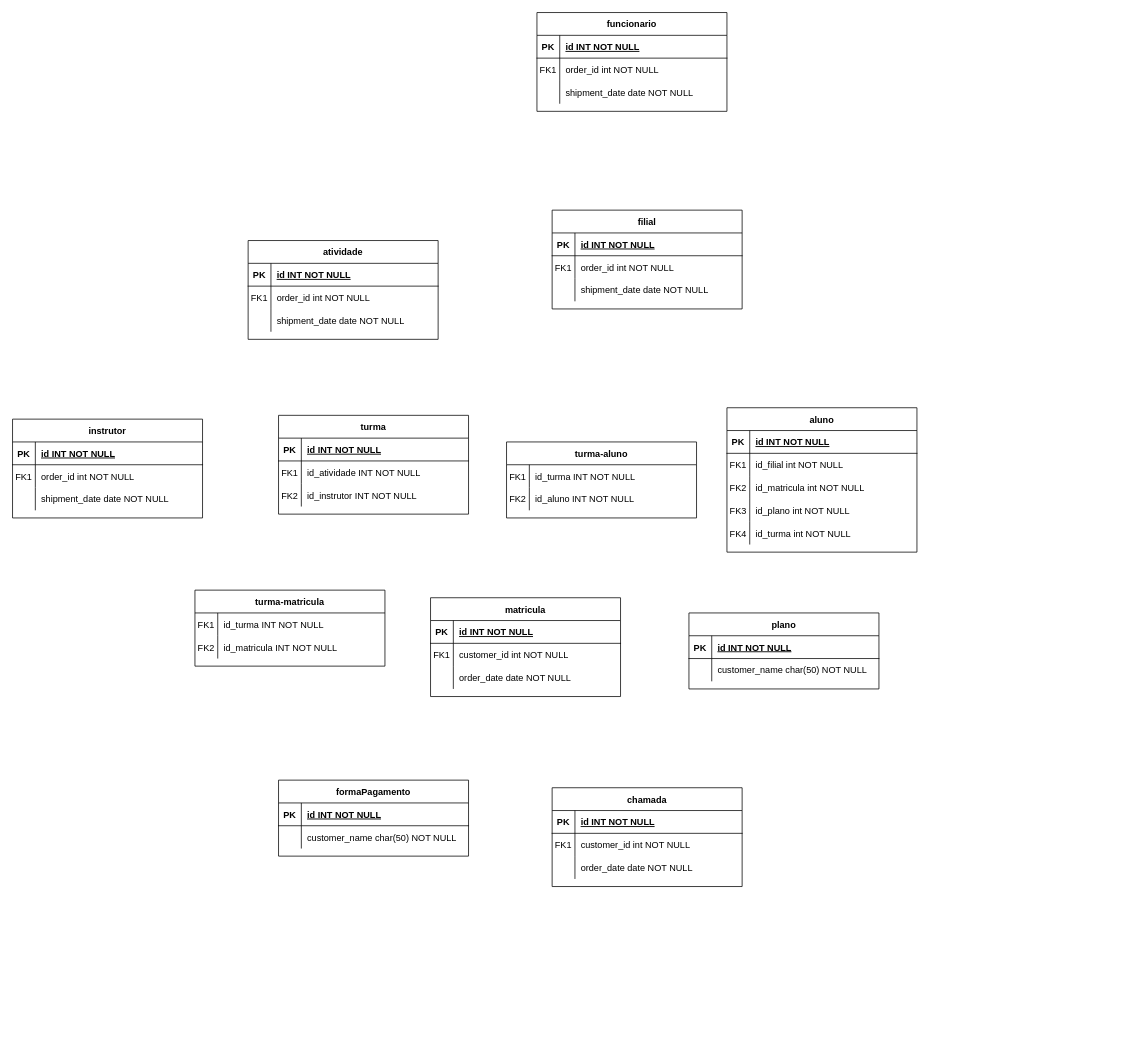
Earlier version of the draw.io diagram cube_fit.drawio (GustavoSouza123/ERDs). Source tidied: cells renumbered, new cells numbered last; positions are measured from the earlier drawing's top-left corner, leaving out a move shared by most shapes. Both pictures are drawn from the tidied source at 76%, with x=0, y=0 at pixel (12, 12).
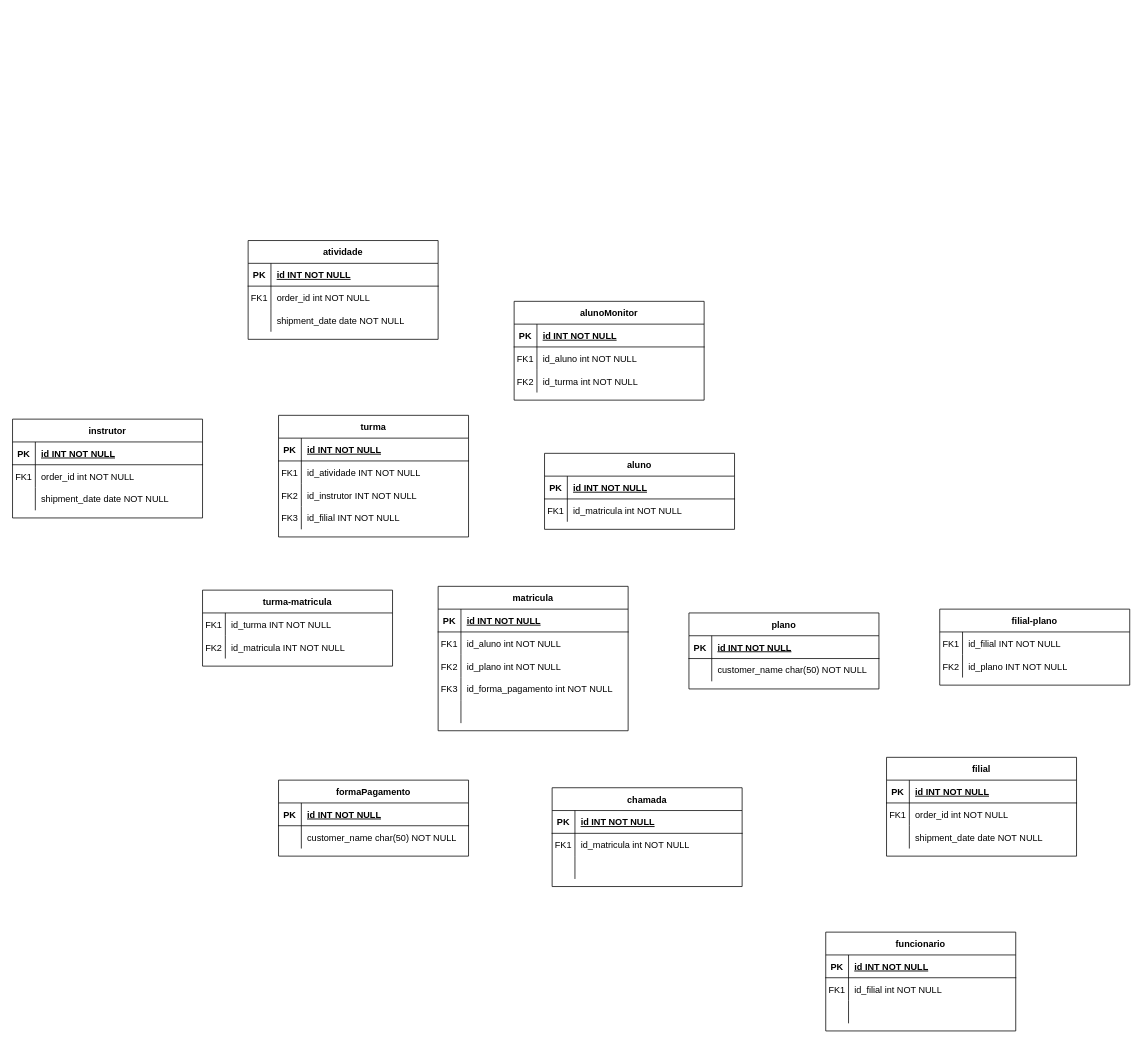
After the change.

Unchanged cells that the change refers to:
```xml
<mxCell id="49" style="shape=partialRectangle;fillColor=none;top=0;left=0;right=0;bottom=0;" parent="45" vertex="1">
  <mxGeometry y="60" width="250" height="30" as="geometry" />
</mxCell>
<mxCell id="52" style="shape=partialRectangle;fillColor=none;top=0;left=0;right=0;bottom=0;" parent="45" vertex="1">
  <mxGeometry y="90" width="250" height="30" as="geometry" />
</mxCell>
<mxCell id="76" style="shape=partialRectangle;fillColor=none;top=0;left=0;right=0;bottom=0;" parent="72" vertex="1">
  <mxGeometry y="60" width="250" height="30" as="geometry" />
</mxCell>
<mxCell id="96" style="shape=partialRectangle;fillColor=none;top=0;left=0;right=0;bottom=0;" parent="92" vertex="1">
  <mxGeometry y="60" width="250" height="30" as="geometry" />
</mxCell>
<mxCell id="99" style="shape=partialRectangle;fillColor=none;top=0;left=0;right=0;bottom=0;" parent="92" vertex="1">
  <mxGeometry y="90" width="250" height="30" as="geometry" />
</mxCell>
```

Change to the diagram source:
```diff
@@
     <mxCell id="2" value="aluno" style="shape=table;startSize=30;childLayout=tableLayout;rowLines=0;fontStyle=1;align=center;" parent="1" vertex="1">
-      <mxGeometry x="940" y="520" width="250" height="190" as="geometry" />
+      <mxGeometry x="700" y="580" width="250" height="100" as="geometry" />
     </mxCell>
@@
-    <mxCell id="6" style="shape=partialRectangle;fillColor=none;top=0;left=0;right=0;bottom=0;" parent="2" vertex="1">
-      <mxGeometry y="60" width="250" height="30" as="geometry" />
-    </mxCell>
-    <mxCell id="7" value="FK1" style="shape=partialRectangle;overflow=hidden;fillColor=none;top=0;left=0;bottom=0;right=0;" parent="6" vertex="1">
-      <mxGeometry width="30" height="30" as="geometry" />
-    </mxCell>
-    <mxCell id="8" value="id_filial int NOT NULL" style="shape=partialRectangle;overflow=hidden;fillColor=none;top=0;left=0;bottom=0;right=0;align=left;spacingLeft=6;" parent="6" vertex="1">
-      <mxGeometry x="30" width="220" height="30" as="geometry" />
-    </mxCell>
     <mxCell id="9" style="shape=partialRectangle;fillColor=none;top=0;left=0;right=0;bottom=0;" parent="2" vertex="1">
-      <mxGeometry y="90" width="250" height="30" as="geometry" />
+      <mxGeometry y="60" width="250" height="30" as="geometry" />
     </mxCell>
-    <mxCell id="10" value="FK2" style="shape=partialRectangle;overflow=hidden;fillColor=none;top=0;left=0;bottom=0;right=0;" parent="9" vertex="1">
+    <mxCell id="10" value="FK1" style="shape=partialRectangle;overflow=hidden;fillColor=none;top=0;left=0;bottom=0;right=0;" parent="9" vertex="1">
       <mxGeometry width="30" height="30" as="geometry" />
     </mxCell>
@@
-    <mxCell id="12" style="shape=partialRectangle;fillColor=none;top=0;left=0;right=0;bottom=0;" parent="2" vertex="1">
-      <mxGeometry y="120" width="250" height="30" as="geometry" />
-    </mxCell>
-    <mxCell id="13" value="FK3" style="shape=partialRectangle;overflow=hidden;fillColor=none;top=0;left=0;bottom=0;right=0;" parent="12" vertex="1">
-      <mxGeometry width="30" height="30" as="geometry" />
-    </mxCell>
-    <mxCell id="14" value="id_plano int NOT NULL" style="shape=partialRectangle;overflow=hidden;fillColor=none;top=0;left=0;bottom=0;right=0;align=left;spacingLeft=6;" parent="12" vertex="1">
-      <mxGeometry x="30" width="220" height="30" as="geometry" />
-    </mxCell>
-    <mxCell id="15" style="shape=partialRectangle;fillColor=none;top=0;left=0;right=0;bottom=0;" parent="2" vertex="1">
-      <mxGeometry y="150" width="250" height="30" as="geometry" />
-    </mxCell>
-    <mxCell id="16" value="FK4" style="shape=partialRectangle;overflow=hidden;fillColor=none;top=0;left=0;bottom=0;right=0;" parent="15" vertex="1">
-      <mxGeometry width="30" height="30" as="geometry" />
-    </mxCell>
-    <mxCell id="17" value="id_turma int NOT NULL" style="shape=partialRectangle;overflow=hidden;fillColor=none;top=0;left=0;bottom=0;right=0;align=left;spacingLeft=6;" parent="15" vertex="1">
-      <mxGeometry x="30" width="220" height="30" as="geometry" />
-    </mxCell>
@@
     <mxCell id="28" value="turma" style="shape=table;startSize=30;childLayout=tableLayout;rowLines=0;fontStyle=1;align=center;" parent="1" vertex="1">
-      <mxGeometry x="350" y="530" width="250" height="130" as="geometry" />
+      <mxGeometry x="350" y="530" width="250" height="160" as="geometry" />
     </mxCell>
@@
+    <mxCell id="116" style="shape=partialRectangle;fillColor=none;top=0;left=0;right=0;bottom=0;" parent="28" vertex="1">
+      <mxGeometry y="120" width="250" height="30" as="geometry" />
+    </mxCell>
+    <mxCell id="117" value="FK3" style="shape=partialRectangle;overflow=hidden;fillColor=none;top=0;left=0;bottom=0;right=0;" parent="116" vertex="1">
+      <mxGeometry width="30" height="30" as="geometry" />
+    </mxCell>
+    <mxCell id="118" value="id_filial INT NOT NULL" style="shape=partialRectangle;overflow=hidden;fillColor=none;top=0;left=0;bottom=0;right=0;align=left;spacingLeft=6;" parent="116" vertex="1">
+      <mxGeometry x="30" width="220" height="30" as="geometry" />
+    </mxCell>
@@
-    <mxCell id="51" value="customer_id int NOT NULL" style="shape=partialRectangle;overflow=hidden;fillColor=none;top=0;left=0;bottom=0;right=0;align=left;spacingLeft=6;" parent="49" vertex="1">
+    <mxCell id="51" value="id_matricula int NOT NULL" style="shape=partialRectangle;overflow=hidden;fillColor=none;top=0;left=0;bottom=0;right=0;align=left;spacingLeft=6;" parent="49" vertex="1">
       <mxGeometry x="30" width="220" height="30" as="geometry" />
     </mxCell>
@@
-    <mxCell id="54" value="order_date date NOT NULL" style="shape=partialRectangle;overflow=hidden;fillColor=none;top=0;left=0;bottom=0;right=0;align=left;spacingLeft=6;" parent="52" vertex="1">
+    <mxCell id="54" style="shape=partialRectangle;overflow=hidden;fillColor=none;top=0;left=0;bottom=0;right=0;align=left;spacingLeft=6;" parent="52" vertex="1">
       <mxGeometry x="30" width="220" height="30" as="geometry" />
     </mxCell>
     <mxCell id="55" value="filial" style="shape=table;startSize=30;childLayout=tableLayout;rowLines=0;fontStyle=1;align=center;" parent="1" vertex="1">
-      <mxGeometry x="710" y="260" width="250" height="130" as="geometry" />
+      <mxGeometry x="1150" y="980" width="250" height="130" as="geometry" />
     </mxCell>
@@
     <mxCell id="72" value="matricula" style="shape=table;startSize=30;childLayout=tableLayout;rowLines=0;fontStyle=1;align=center;" parent="1" vertex="1">
-      <mxGeometry x="550" y="770" width="250" height="130" as="geometry" />
+      <mxGeometry x="560" y="755" width="250" height="190" as="geometry" />
     </mxCell>
@@
-    <mxCell id="78" value="customer_id int NOT NULL" style="shape=partialRectangle;overflow=hidden;fillColor=none;top=0;left=0;bottom=0;right=0;align=left;spacingLeft=6;" parent="76" vertex="1">
+    <mxCell id="78" value="id_aluno int NOT NULL" style="shape=partialRectangle;overflow=hidden;fillColor=none;top=0;left=0;bottom=0;right=0;align=left;spacingLeft=6;" parent="76" vertex="1">
       <mxGeometry x="30" width="220" height="30" as="geometry" />
     </mxCell>
+    <mxCell id="119" style="shape=partialRectangle;fillColor=none;top=0;left=0;right=0;bottom=0;" parent="72" vertex="1">
+      <mxGeometry y="90" width="250" height="30" as="geometry" />
+    </mxCell>
+    <mxCell id="120" value="FK2" style="shape=partialRectangle;overflow=hidden;fillColor=none;top=0;left=0;bottom=0;right=0;" parent="119" vertex="1">
+      <mxGeometry width="30" height="30" as="geometry" />
+    </mxCell>
+    <mxCell id="14" value="id_plano int NOT NULL" style="shape=partialRectangle;overflow=hidden;fillColor=none;top=0;left=0;bottom=0;right=0;align=left;spacingLeft=6;" parent="119" vertex="1">
+      <mxGeometry x="30" width="220" height="30" as="geometry" />
+    </mxCell>
+    <mxCell id="121" style="shape=partialRectangle;fillColor=none;top=0;left=0;right=0;bottom=0;" parent="72" vertex="1">
+      <mxGeometry y="120" width="250" height="30" as="geometry" />
+    </mxCell>
+    <mxCell id="122" value="FK3" style="shape=partialRectangle;overflow=hidden;fillColor=none;top=0;left=0;bottom=0;right=0;" parent="121" vertex="1">
+      <mxGeometry width="30" height="30" as="geometry" />
+    </mxCell>
+    <mxCell id="123" value="id_forma_pagamento int NOT NULL" style="shape=partialRectangle;overflow=hidden;fillColor=none;top=0;left=0;bottom=0;right=0;align=left;spacingLeft=6;" parent="121" vertex="1">
+      <mxGeometry x="30" width="220" height="30" as="geometry" />
+    </mxCell>
     <mxCell id="79" style="shape=partialRectangle;fillColor=none;top=0;left=0;right=0;bottom=0;" parent="72" vertex="1">
-      <mxGeometry y="90" width="250" height="30" as="geometry" />
+      <mxGeometry y="150" width="250" height="30" as="geometry" />
     </mxCell>
@@
-    <mxCell id="81" value="order_date date NOT NULL" style="shape=partialRectangle;overflow=hidden;fillColor=none;top=0;left=0;bottom=0;right=0;align=left;spacingLeft=6;" parent="79" vertex="1">
+    <mxCell id="81" style="shape=partialRectangle;overflow=hidden;fillColor=none;top=0;left=0;bottom=0;right=0;align=left;spacingLeft=6;" parent="79" vertex="1">
       <mxGeometry x="30" width="220" height="30" as="geometry" />
     </mxCell>
@@
     <mxCell id="92" value="funcionario" style="shape=table;startSize=30;childLayout=tableLayout;rowLines=0;fontStyle=1;align=center;" parent="1" vertex="1">
-      <mxGeometry x="690" width="250" height="130" as="geometry" />
+      <mxGeometry x="1070" y="1210" width="250" height="130" as="geometry" />
     </mxCell>
@@
-    <mxCell id="98" value="order_id int NOT NULL" style="shape=partialRectangle;overflow=hidden;fillColor=none;top=0;left=0;bottom=0;right=0;align=left;spacingLeft=6;" parent="96" vertex="1">
+    <mxCell id="98" value="id_filial int NOT NULL" style="shape=partialRectangle;overflow=hidden;fillColor=none;top=0;left=0;bottom=0;right=0;align=left;spacingLeft=6;" parent="96" vertex="1">
       <mxGeometry x="30" width="220" height="30" as="geometry" />
     </mxCell>
@@
-    <mxCell id="101" value="shipment_date date NOT NULL" style="shape=partialRectangle;overflow=hidden;fillColor=none;top=0;left=0;bottom=0;right=0;align=left;spacingLeft=6;" parent="99" vertex="1">
+    <mxCell id="101" style="shape=partialRectangle;overflow=hidden;fillColor=none;top=0;left=0;bottom=0;right=0;align=left;spacingLeft=6;" parent="99" vertex="1">
       <mxGeometry x="30" width="220" height="30" as="geometry" />
     </mxCell>
     <mxCell id="102" value="turma-matricula" style="shape=table;startSize=30;childLayout=tableLayout;rowLines=0;fontStyle=1;align=center;" parent="1" vertex="1">
-      <mxGeometry x="240" y="760" width="250" height="100" as="geometry" />
+      <mxGeometry x="250" y="760" width="250" height="100" as="geometry" />
     </mxCell>
@@
-    <mxCell id="109" value="turma-aluno" style="shape=table;startSize=30;childLayout=tableLayout;rowLines=0;fontStyle=1;align=center;" parent="1" vertex="1">
-      <mxGeometry x="650" y="565" width="250" height="100" as="geometry" />
-    </mxCell>
+    <mxCell id="124" value="filial-plano" style="shape=table;startSize=30;childLayout=tableLayout;rowLines=0;fontStyle=1;align=center;" parent="1" vertex="1">
+      <mxGeometry x="1220" y="785" width="250" height="100" as="geometry" />
+    </mxCell>
-    <mxCell id="110" style="shape=partialRectangle;fillColor=none;top=0;left=0;right=0;bottom=0;" parent="109" vertex="1">
+    <mxCell id="110" style="shape=partialRectangle;fillColor=none;top=0;left=0;right=0;bottom=0;" parent="124" vertex="1">
       <mxGeometry y="30" width="250" height="30" as="geometry" />
     </mxCell>
-    <mxCell id="111" value="FK1" style="shape=partialRectangle;overflow=hidden;fillColor=none;top=0;left=0;bottom=0;right=0;" parent="110" vertex="1">
-      <mxGeometry width="30" height="30" as="geometry" />
-    </mxCell>
-    <mxCell id="112" value="id_turma INT NOT NULL" style="shape=partialRectangle;overflow=hidden;fillColor=none;top=0;left=0;bottom=0;right=0;align=left;spacingLeft=6;" parent="110" vertex="1">
-      <mxGeometry x="30" width="220" height="30" as="geometry" />
-    </mxCell>
-    <mxCell id="113" style="shape=partialRectangle;fillColor=none;top=0;left=0;right=0;bottom=0;" parent="109" vertex="1">
-      <mxGeometry y="60" width="250" height="30" as="geometry" />
-    </mxCell>
-    <mxCell id="114" value="FK2" style="shape=partialRectangle;overflow=hidden;fillColor=none;top=0;left=0;bottom=0;right=0;" parent="113" vertex="1">
-      <mxGeometry width="30" height="30" as="geometry" />
-    </mxCell>
-    <mxCell id="115" value="id_aluno INT NOT NULL" style="shape=partialRectangle;overflow=hidden;fillColor=none;top=0;left=0;bottom=0;right=0;align=left;spacingLeft=6;" parent="113" vertex="1">
-      <mxGeometry x="30" width="220" height="30" as="geometry" />
-    </mxCell>
+    <mxCell id="125" value="FK1" style="shape=partialRectangle;overflow=hidden;fillColor=none;top=0;left=0;bottom=0;right=0;" parent="110" vertex="1">
+      <mxGeometry width="30" height="30" as="geometry" />
+    </mxCell>
+    <mxCell id="126" value="id_filial INT NOT NULL" style="shape=partialRectangle;overflow=hidden;fillColor=none;top=0;left=0;bottom=0;right=0;align=left;spacingLeft=6;" parent="110" vertex="1">
+      <mxGeometry x="30" width="220" height="30" as="geometry" />
+    </mxCell>
+    <mxCell id="127" style="shape=partialRectangle;fillColor=none;top=0;left=0;right=0;bottom=0;" parent="124" vertex="1">
+      <mxGeometry y="60" width="250" height="30" as="geometry" />
+    </mxCell>
+    <mxCell id="128" value="FK2" style="shape=partialRectangle;overflow=hidden;fillColor=none;top=0;left=0;bottom=0;right=0;" parent="127" vertex="1">
+      <mxGeometry width="30" height="30" as="geometry" />
+    </mxCell>
+    <mxCell id="129" value="id_plano INT NOT NULL" style="shape=partialRectangle;overflow=hidden;fillColor=none;top=0;left=0;bottom=0;right=0;align=left;spacingLeft=6;" parent="127" vertex="1">
+      <mxGeometry x="30" width="220" height="30" as="geometry" />
+    </mxCell>
+    <mxCell id="130" value="alunoMonitor" style="shape=table;startSize=30;childLayout=tableLayout;rowLines=0;fontStyle=1;align=center;" parent="1" vertex="1">
+      <mxGeometry x="660" y="380" width="250" height="130" as="geometry" />
+    </mxCell>
+    <mxCell id="131" style="shape=partialRectangle;fillColor=none;top=0;left=0;right=0;bottom=1;" parent="130" vertex="1">
+      <mxGeometry y="30" width="250" height="30" as="geometry" />
+    </mxCell>
+    <mxCell id="132" value="PK" style="shape=partialRectangle;overflow=hidden;fillColor=none;top=0;left=0;bottom=0;right=0;fontStyle=1;" parent="131" vertex="1">
+      <mxGeometry width="30" height="30" as="geometry" />
+    </mxCell>
+    <mxCell id="133" value="id INT NOT NULL" style="shape=partialRectangle;overflow=hidden;fillColor=none;top=0;left=0;bottom=0;right=0;align=left;spacingLeft=6;fontStyle=5;" parent="131" vertex="1">
+      <mxGeometry x="30" width="220" height="30" as="geometry" />
+    </mxCell>
+    <mxCell id="134" style="shape=partialRectangle;fillColor=none;top=0;left=0;right=0;bottom=0;" parent="130" vertex="1">
+      <mxGeometry y="60" width="250" height="30" as="geometry" />
+    </mxCell>
+    <mxCell id="135" value="FK1" style="shape=partialRectangle;overflow=hidden;fillColor=none;top=0;left=0;bottom=0;right=0;" parent="134" vertex="1">
+      <mxGeometry width="30" height="30" as="geometry" />
+    </mxCell>
+    <mxCell id="136" value="id_aluno int NOT NULL" style="shape=partialRectangle;overflow=hidden;fillColor=none;top=0;left=0;bottom=0;right=0;align=left;spacingLeft=6;" parent="134" vertex="1">
+      <mxGeometry x="30" width="220" height="30" as="geometry" />
+    </mxCell>
+    <mxCell id="137" style="shape=partialRectangle;fillColor=none;top=0;left=0;right=0;bottom=0;" parent="130" vertex="1">
+      <mxGeometry y="90" width="250" height="30" as="geometry" />
+    </mxCell>
+    <mxCell id="138" value="FK2" style="shape=partialRectangle;overflow=hidden;fillColor=none;top=0;left=0;bottom=0;right=0;" parent="137" vertex="1">
+      <mxGeometry width="30" height="30" as="geometry" />
+    </mxCell>
+    <mxCell id="17" value="id_turma int NOT NULL" style="shape=partialRectangle;overflow=hidden;fillColor=none;top=0;left=0;bottom=0;right=0;align=left;spacingLeft=6;" parent="137" vertex="1">
+      <mxGeometry x="30" width="220" height="30" as="geometry" />
+    </mxCell>
```
